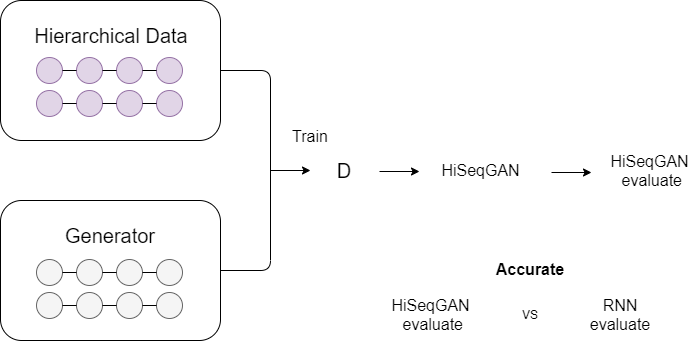
lina2360/HiSeqGan keeps this draw.io diagram as image/Accurate.png. Above is the earlier version. Source tidied: cells renumbered, new cells last; positions are measured from the earlier drawing's top-left corner, leaving out a move shared by most shapes.
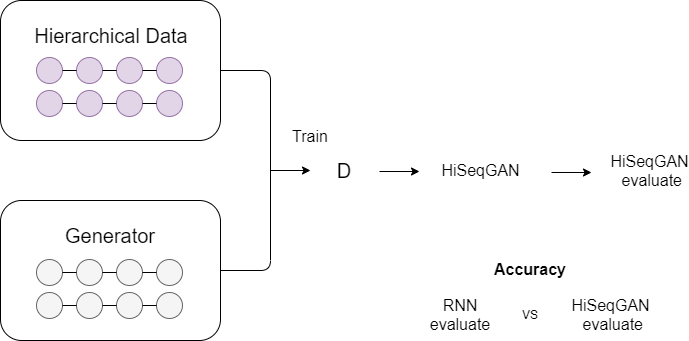
After the commit.

Change to the diagram source:
```diff
@@ -137,15 +137,15 @@
       <mxGeometry x="629" y="160" width="41" height="20" as="geometry" />
     </mxCell>
     <mxCell id="42" value="&lt;span style=&quot;font-size: 16px&quot;&gt;HiSeqGAN&lt;br&gt;&lt;/span&gt;&lt;span style=&quot;font-size: 16px&quot;&gt;&amp;nbsp;evaluate&lt;/span&gt;" style="text;html=1;strokeColor=none;fillColor=none;align=center;verticalAlign=middle;whiteSpace=wrap;rounded=0;" parent="1" vertex="1">
-      <mxGeometry x="410" y="304" width="41" height="20" as="geometry" />
+      <mxGeometry x="590" y="304" width="41" height="20" as="geometry" />
     </mxCell>
     <mxCell id="43" value="VS" style="text;html=1;strokeColor=none;fillColor=none;align=center;verticalAlign=middle;whiteSpace=wrap;rounded=0;" parent="1" vertex="1">
       <mxGeometry x="510" y="304" width="40" height="20" as="geometry" />
     </mxCell>
     <mxCell id="44" value="&lt;span style=&quot;font-size: 16px&quot;&gt;RNN evaluate&lt;/span&gt;" style="text;html=1;strokeColor=none;fillColor=none;align=center;verticalAlign=middle;whiteSpace=wrap;rounded=0;" parent="1" vertex="1">
-      <mxGeometry x="600" y="304" width="40" height="20" as="geometry" />
+      <mxGeometry x="440" y="304" width="40" height="20" as="geometry" />
     </mxCell>
-    <mxCell id="45" value="&lt;font style=&quot;font-size: 16px&quot;&gt;&lt;b&gt;Accurate&lt;/b&gt;&lt;/font&gt;" style="text;html=1;strokeColor=none;fillColor=none;align=center;verticalAlign=middle;whiteSpace=wrap;rounded=0;" parent="1" vertex="1">
+    <mxCell id="45" value="&lt;font style=&quot;font-size: 16px&quot;&gt;&lt;b&gt;Accuracy&lt;/b&gt;&lt;/font&gt;" style="text;html=1;strokeColor=none;fillColor=none;align=center;verticalAlign=middle;whiteSpace=wrap;rounded=0;" parent="1" vertex="1">
       <mxGeometry x="490" y="259" width="80" height="20" as="geometry" />
     </mxCell>
   </root>
```
